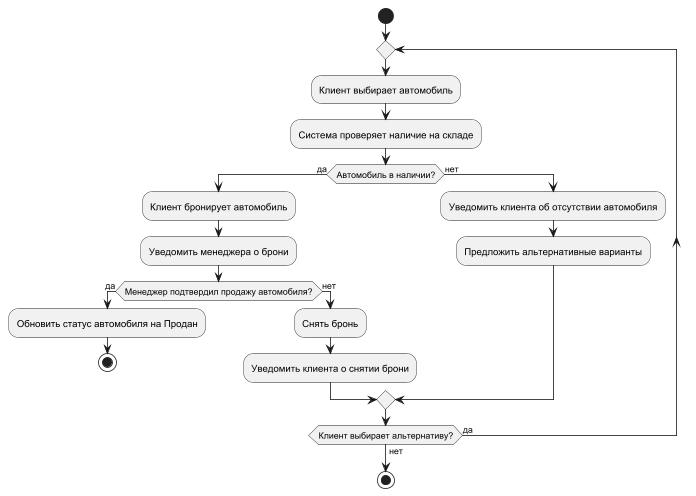
Earlier version of the PlantUML export diagrams/act.png (Psinavkvadrate/KPO_DEMONSTRATION). Source of this version:
```plantuml
@startuml
start

repeat
  :Клиент выбирает автомобиль;
  :Система проверяет наличие на складе;

  if (Автомобиль в наличии?) then (да)
    :Клиент бронирует автомобиль;
    :Уведомить менеджера о брони;

    if (Менеджер подтвердил продажу автомобиля?) then (да)
      :Обновить статус автомобиля на Продан;
      stop
    else (нет)
      :Снять бронь;
      :Уведомить клиента о снятии брони;
    endif

  else (нет)
    :Уведомить клиента об отсутствии автомобиля;
    :Предложить альтернативные варианты;
  endif

repeat while (Клиент выбирает альтернативу?) is (да) not (нет)
stop
@enduml
```
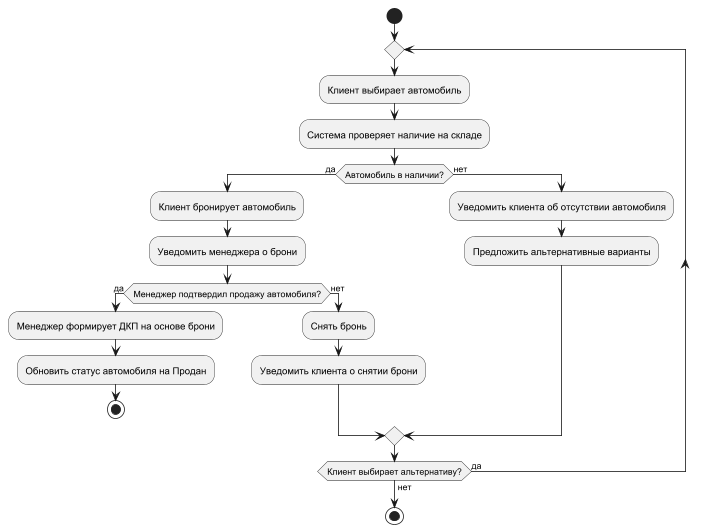
The same diagram one commit later.

Diff of the diagram source:
```diff
@@ -10,6 +10,7 @@
     :Уведомить менеджера о брони;
 
     if (Менеджер подтвердил продажу автомобиля?) then (да)
+      :Менеджер формирует ДКП на основе брони;
       :Обновить статус автомобиля на Продан;
       stop
     else (нет)
```
